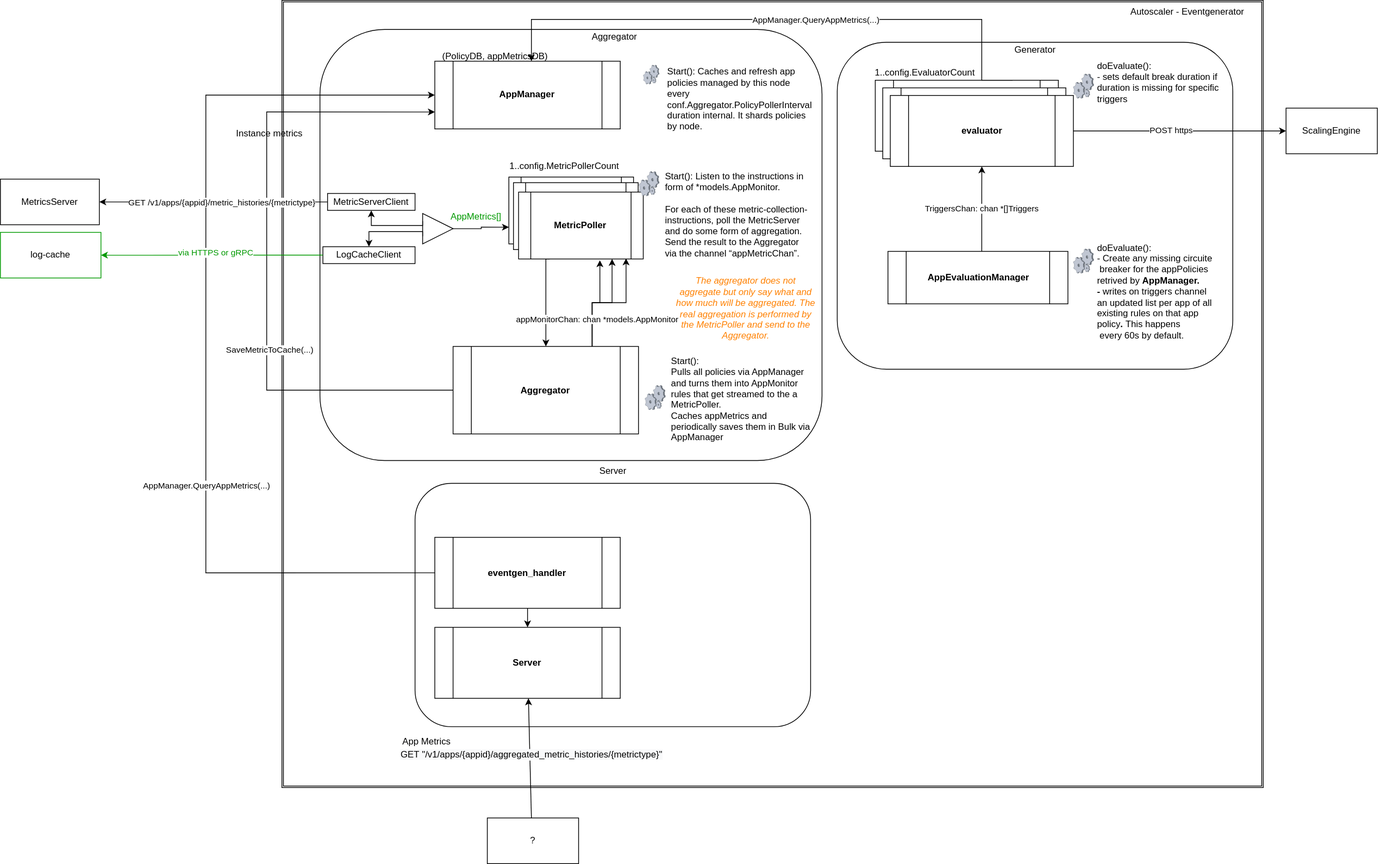
Above: docs/eventgenerator.svg in cloudfoundry/app-autoscaler-release (draw.io), before the change. Source tidied: cells renumbered, new cells last; positions are measured from the earlier drawing's top-left corner, leaving out a move shared by most shapes.
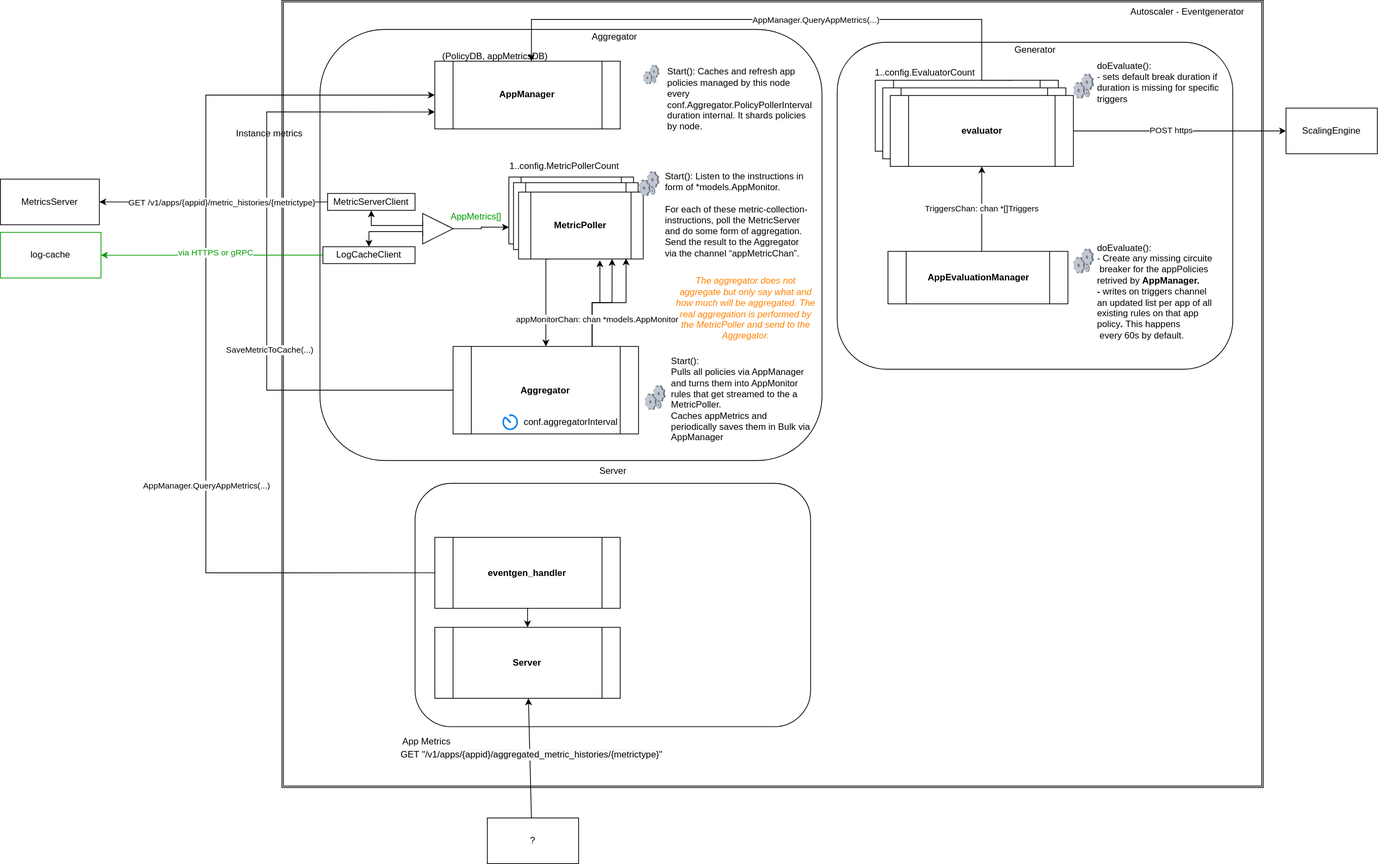
The same diagram one commit later.

Commit message:
Update event generator graph

Diff of the diagram source:
```diff
@@ -93,6 +93,9 @@
     <mxCell id="29" value="&lt;b&gt;Server&lt;/b&gt;" style="shape=process;whiteSpace=wrap;html=1;backgroundOutline=1;" parent="24" vertex="1">
       <mxGeometry x="26" y="299.3" width="243.8" height="93.3" as="geometry" />
     </mxCell>
+    <mxCell id="80" style="html=1;verticalLabelPosition=bottom;align=center;labelBackgroundColor=#ffffff;verticalAlign=top;strokeWidth=2;strokeColor=#0080F0;shadow=0;dashed=0;shape=mxgraph.ios7.icons.gauge;fontFamily=Helvetica;fontColor=#000000;" parent="24" vertex="1">
+      <mxGeometry x="115" y="20" width="20" height="20" as="geometry" />
+    </mxCell>
     <mxCell id="30" value="Start(): Caches and refresh app policies managed by this node every conf.Aggregator.PolicyPollerInterval duration&amp;nbsp;internal. It shards policies by node." style="text;html=1;strokeColor=none;fillColor=none;align=left;verticalAlign=middle;whiteSpace=wrap;rounded=0;" parent="4" vertex="1">
       <mxGeometry x="330" y="18.2" width="190" height="114.4" as="geometry" />
     </mxCell>
@@ -130,6 +133,9 @@
     <mxCell id="36" style="triangle;whiteSpace=wrap;html=1;" parent="4" vertex="1">
       <mxGeometry x="10" y="225.2" width="40" height="40" as="geometry" />
     </mxCell>
+    <mxCell id="81" value="conf.aggregatorInterval" style="text;html=1;strokeColor=none;fillColor=none;align=center;verticalAlign=middle;whiteSpace=wrap;rounded=0;" parent="4" vertex="1">
+      <mxGeometry x="175" y="485" width="60" height="30" as="geometry" />
+    </mxCell>
     <mxCell id="37" value="Autoscaler - Eventgenerator" style="text;html=1;align=center;verticalAlign=middle;strokeColor=none;fillColor=none;" parent="1" vertex="1">
       <mxGeometry x="1475" y="5" width="170" height="20" as="geometry" />
     </mxCell>
```
